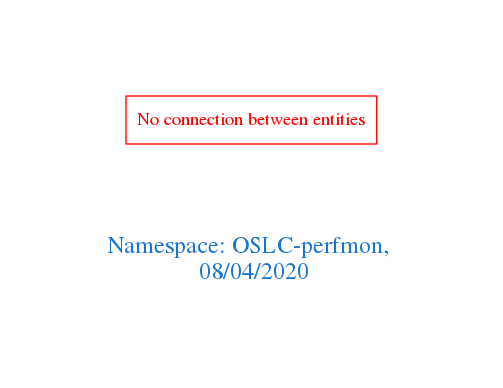
arago/OGIT keeps this Graphviz diagram as downloads/OSLC-perfmon.png. Above is the earlier version. Its source is kept beside it as downloads/OSLC-perfmon.dot.
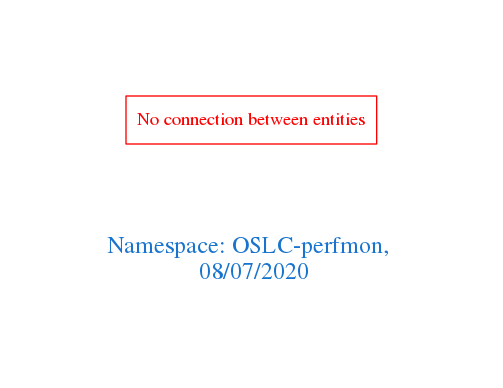
The same file after the commit.

Change to the diagram source:
```diff
@@ -1,7 +1,7 @@
 digraph OGIT_ontology {
  graph [ rankdir= LR,pad=1
 fontsize = 18,
-fontcolor= dodgerblue3,label = "\n\n\nNamespace: OSLC-perfmon, \n 08/04/2020"];
+fontcolor= dodgerblue3,label = "\n\n\nNamespace: OSLC-perfmon, \n 08/07/2020"];
 node[shape=polygon];
 edge [  color="gray81"];
 
```
